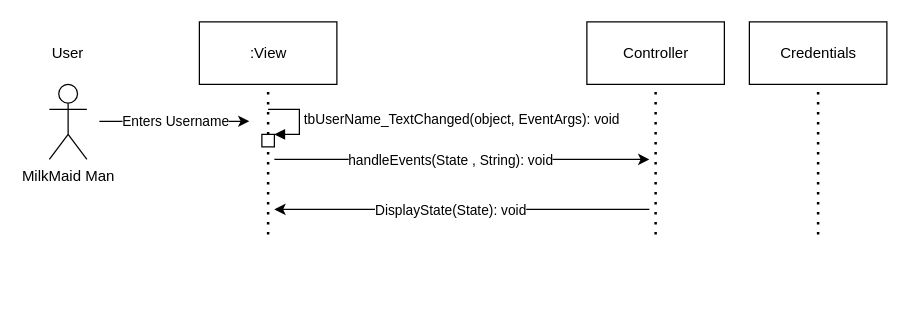
Before: page "Enter Username" (1 of 2) of Lab1-CalebRosebaugh.drawio in Rosebaugh/CS501, a draw.io diagram. Source tidied: cells renumbered, new cells numbered last; positions are measured from the earlier drawing's top-left corner, leaving out a move shared by most shapes. Both pictures are drawn from the tidied source at 125%, with x=0, y=0 at pixel (42, 21).
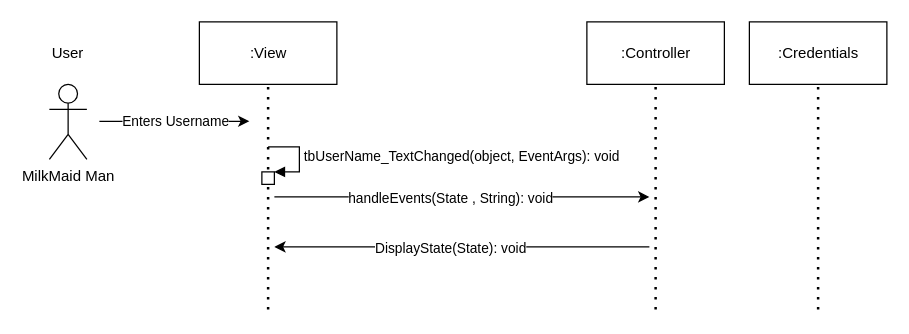
After the change.

Unchanged cells that the change refers to:
```xml
<mxCell id="2" value=":View" style="html=1;" parent="1" vertex="1">
  <mxGeometry x="125" width="110" height="50" as="geometry" />
</mxCell>
```

What changed in the source:
```diff
@@
     <mxCell id="6" style="endArrow=none;dashed=1;html=1;dashPattern=1 3;strokeWidth=2;entryX=0.5;entryY=1;entryDx=0;entryDy=0;" parent="1" edge="1" target="2">
       <mxGeometry relative="1" as="geometry">
-        <mxPoint x="180" y="170" as="sourcePoint" />
+        <mxPoint x="180" y="230" as="sourcePoint" />
       </mxGeometry>
     </mxCell>
-    <mxCell id="7" value="Controller" style="html=1;" parent="1" vertex="1">
+    <mxCell id="7" value=":Controller" style="html=1;" parent="1" vertex="1">
       <mxGeometry x="435" width="110" height="50" as="geometry" />
     </mxCell>
     <mxCell id="8" style="endArrow=none;dashed=1;html=1;dashPattern=1 3;strokeWidth=2;entryX=0.5;entryY=1;entryDx=0;entryDy=0;" parent="1" edge="1" target="7">
       <mxGeometry relative="1" as="geometry">
-        <mxPoint x="490" y="170" as="sourcePoint" />
+        <mxPoint x="490" y="230" as="sourcePoint" />
       </mxGeometry>
     </mxCell>
     <mxCell id="9" style="endArrow=classic;html=1;" parent="1" edge="1">
       <mxGeometry relative="1" as="geometry">
-        <mxPoint x="185" y="110" as="sourcePoint" />
-        <mxPoint x="485" y="110" as="targetPoint" />
+        <mxPoint x="185" y="140" as="sourcePoint" />
+        <mxPoint x="485" y="140" as="targetPoint" />
         <Array as="points">
-          <mxPoint x="355" y="110" />
+          <mxPoint x="355" y="140" />
         </Array>
       </mxGeometry>
     </mxCell>
@@
     <mxCell id="11" style="html=1;points=[];perimeter=orthogonalPerimeter;" parent="1" vertex="1">
-      <mxGeometry x="175" y="90" width="10" height="10" as="geometry" />
+      <mxGeometry x="175" y="120" width="10" height="10" as="geometry" />
     </mxCell>
     <mxCell id="12" value="&lt;span style=&quot;text-align: center&quot;&gt;tbUserName_TextChanged(object, EventArgs): void&lt;/span&gt;" style="edgeStyle=orthogonalEdgeStyle;html=1;align=left;spacingLeft=2;endArrow=block;rounded=0;entryX=1;entryY=0;" parent="1" edge="1" target="11">
       <mxGeometry relative="1" as="geometry">
-        <mxPoint x="180" y="70" as="sourcePoint" />
+        <mxPoint x="180" y="100" as="sourcePoint" />
         <Array as="points">
-          <mxPoint x="205" y="70" />
+          <mxPoint x="205" y="100" />
         </Array>
       </mxGeometry>
     </mxCell>
-    <mxCell id="13" value="Credentials" style="html=1;" parent="1" vertex="1">
+    <mxCell id="13" value=":Credentials" style="html=1;" parent="1" vertex="1">
       <mxGeometry x="565" width="110" height="50" as="geometry" />
     </mxCell>
     <mxCell id="14" style="endArrow=none;dashed=1;html=1;dashPattern=1 3;strokeWidth=2;entryX=0.5;entryY=1;entryDx=0;entryDy=0;" parent="1" edge="1" target="13">
       <mxGeometry relative="1" as="geometry">
-        <mxPoint x="620" y="170" as="sourcePoint" />
+        <mxPoint x="620" y="230" as="sourcePoint" />
       </mxGeometry>
     </mxCell>
@@
     <mxCell id="16" style="endArrow=classic;html=1;" parent="1" edge="1">
       <mxGeometry relative="1" as="geometry">
-        <mxPoint x="485" y="150" as="sourcePoint" />
-        <mxPoint x="185" y="150" as="targetPoint" />
+        <mxPoint x="485" y="180" as="sourcePoint" />
+        <mxPoint x="185" y="180" as="targetPoint" />
         <Array as="points">
-          <mxPoint x="365" y="150" />
+          <mxPoint x="365" y="180" />
         </Array>
       </mxGeometry>
     </mxCell>
```
